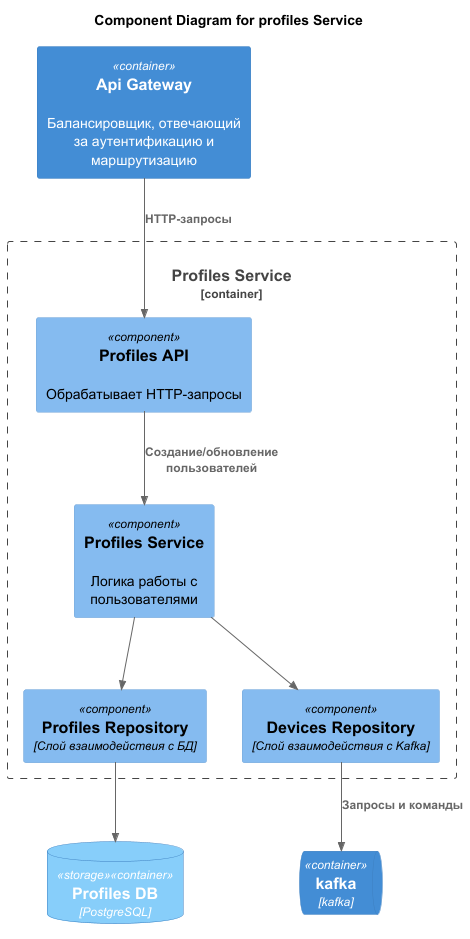
The PlantUML diagram diagrams/component/WarmHouse_ProfileService_Component.png in tovarischduraley/architecture-warmhouse, before a commit.
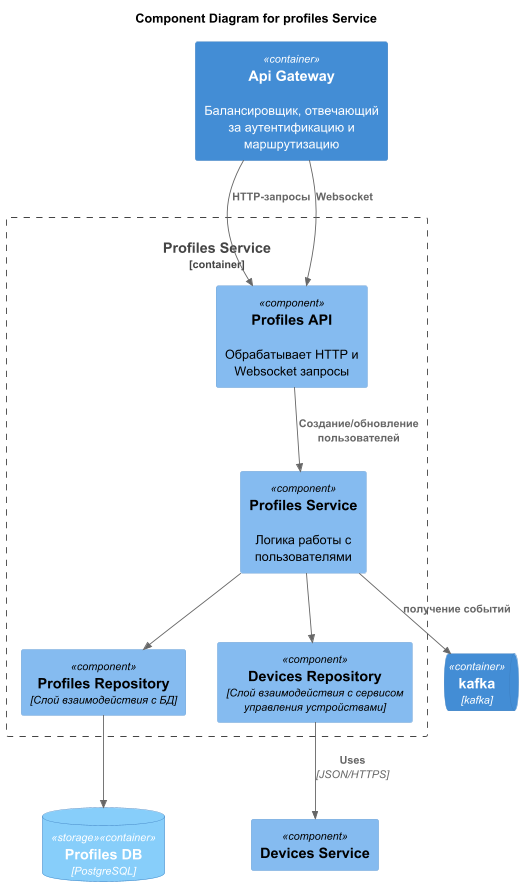
The same diagram one commit later.

Change to the diagram source:
```diff
@@ -9,22 +9,25 @@
 Container(api_gateway, "Api Gateway","", "Балансировщик, отвечающий за аутентификацию и маршрутизацию")
 
 Container_Boundary(b1, "Profiles Service") {
-  Component(profiles_api, "Profiles API", "", "Обрабатывает HTTP-запросы")
+  Component(profiles_api, "Profiles API", "", "Обрабатывает HTTP и Websocket запросы")
   Component(profiles_service, "Profiles Service", "", "Логика работы с пользователями")
   Component(profiles_repository, "Profiles Repository", "Слой взаимодействия с БД")
-  Component(devices_repository, "Devices Repository", "Слой взаимодействия с Kafka")
+  Component(devices_repository, "Devices Repository", "Слой взаимодействия с сервисом управления устройствами")
 }
 ContainerQueue(kafka, "kafka", "kafka")
+Component("devices_service", "Devices Service", "")
 ContainerDb(profiles_db, "Profiles DB", "PostgreSQL", "", $tags = "storage")
 
 Rel(api_gateway, profiles_api, "HTTP-запросы")
+Rel(api_gateway, profiles_api, "Websocket")
 
 Rel(profiles_api, profiles_service, "Создание/обновление пользователей",)
 
 Rel(profiles_service, profiles_repository,)
+Rel(profiles_service, kafka, "получение событий")
 Rel(profiles_service, devices_repository,)
 
 Rel(profiles_repository, profiles_db,)
-Rel(devices_repository, "kafka", "Запросы и команды")
+Rel(devices_repository, "devices_service", "Uses", "JSON/HTTPS")
 
 @enduml
```
